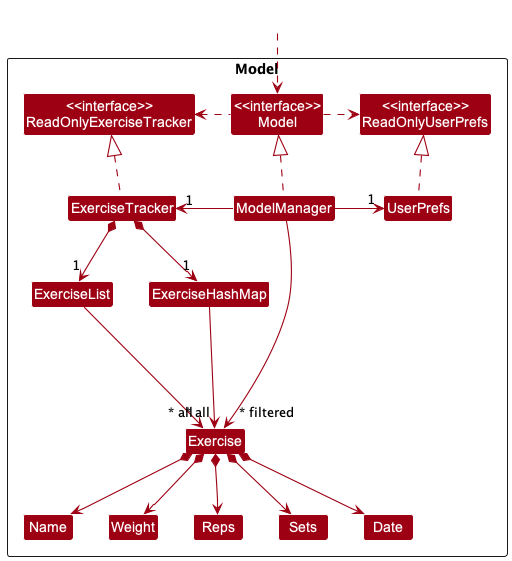
This is docs/images/ModelClassDiagram.png from nus-cs2103-AY2223S1/tp, a PlantUML export, as it was before one commit.
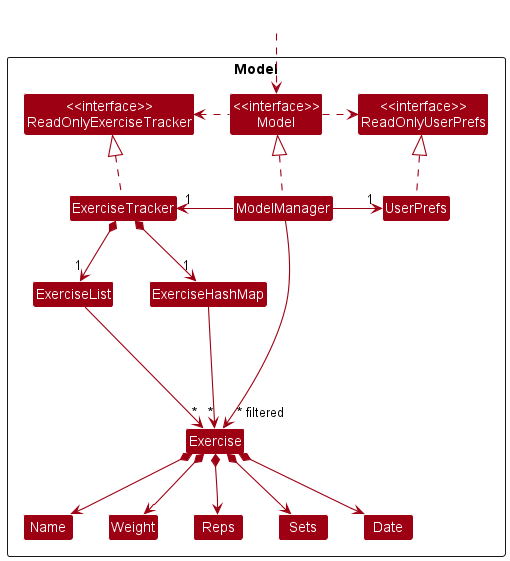
Later version of the same file.

Change to the diagram source:
```diff
@@ -37,8 +37,8 @@
 
 ExerciseTracker *--> "1" ExerciseList
 ExerciseTracker *--> "1" ExerciseHashMap
-ExerciseHashMap ---> "~* all" Exercise
-ExerciseList ---> "~* all" Exercise
+ExerciseHashMap ---> "~*" Exercise
+ExerciseList ---> "~*" Exercise
 Exercise *--> Name
 Exercise *--> Weight
 Exercise *--> Reps
```
